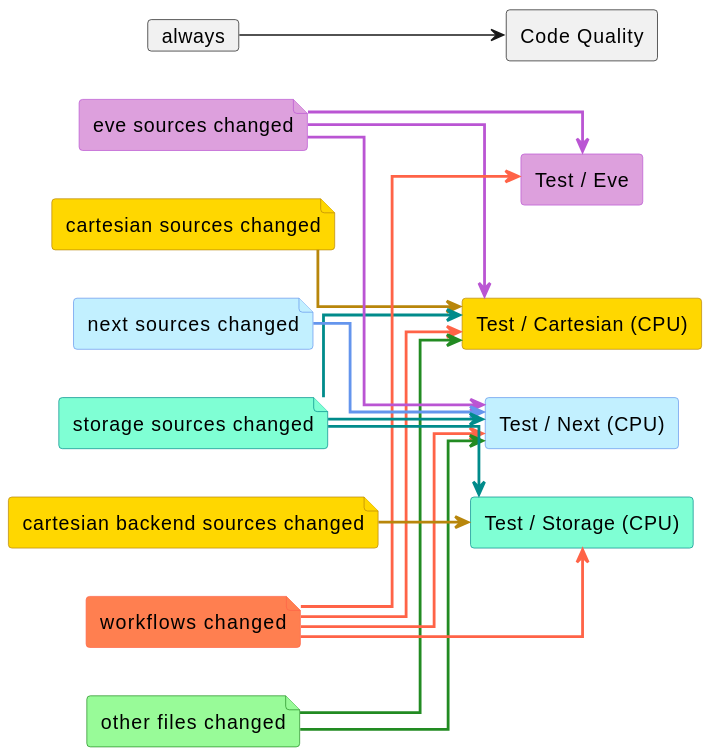
This is docs/development/CI/workflows.svg from GridTools/gt4py, a PlantUML export, as it was before one commit.
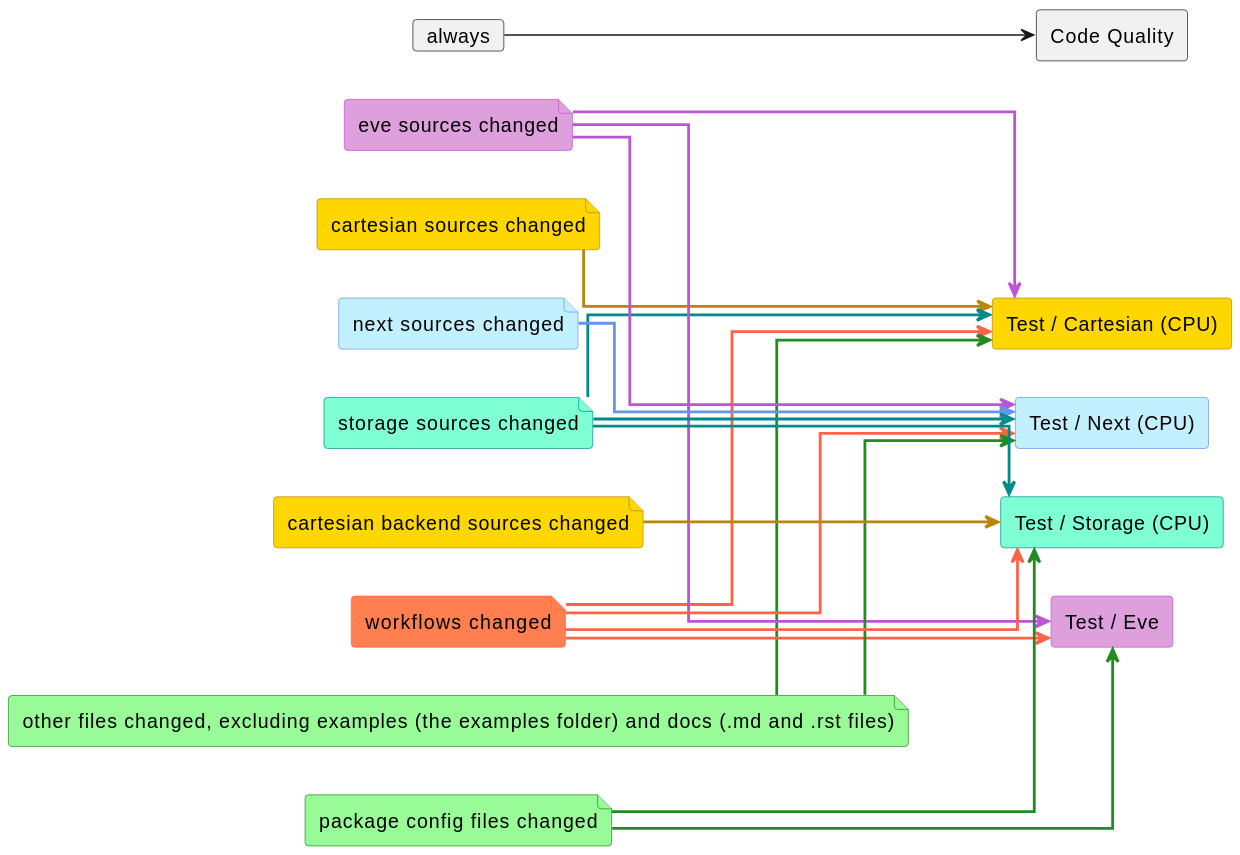
After the change.

Change to the diagram source:
```diff
@@ -25,7 +25,10 @@
 workflows changed
 ]
 file other #PaleGreen;line:ForestGreen;text:black [
-other files changed
+other files changed, excluding examples (the examples folder) and docs (.md and .rst files)
+]
+file pkg_cfg #PaleGreen;line:ForestGreen;text:black [
+package config files changed
 ]
 
 agent eve #Plum;line:MediumOrchid;text:black [
@@ -62,6 +65,7 @@
 
 src_eve -[#MediumOrchid,thickness=2]d-> eve
 cfg_wfl -[#Tomato,thickness=2]d-> eve
+pkg_cfg -[#ForestGreen,thickness=2]d-> eve
 
 src_eve -[#MediumOrchid,thickness=2]d-> nxt
 src_nxt -[#CornFlowerBlue,thickness=2]d-> nxt
@@ -72,4 +76,5 @@
 src_sto -[#DarkCyan,thickness=2]d-> sto
 src_cab -[#DarkGoldenRod,thickness=2]d-> sto
 cfg_wfl -[#Tomato,thickness=2]d-> sto
+pkg_cfg -[#ForestGreen,thickness=2]d-> sto
 @enduml
```
